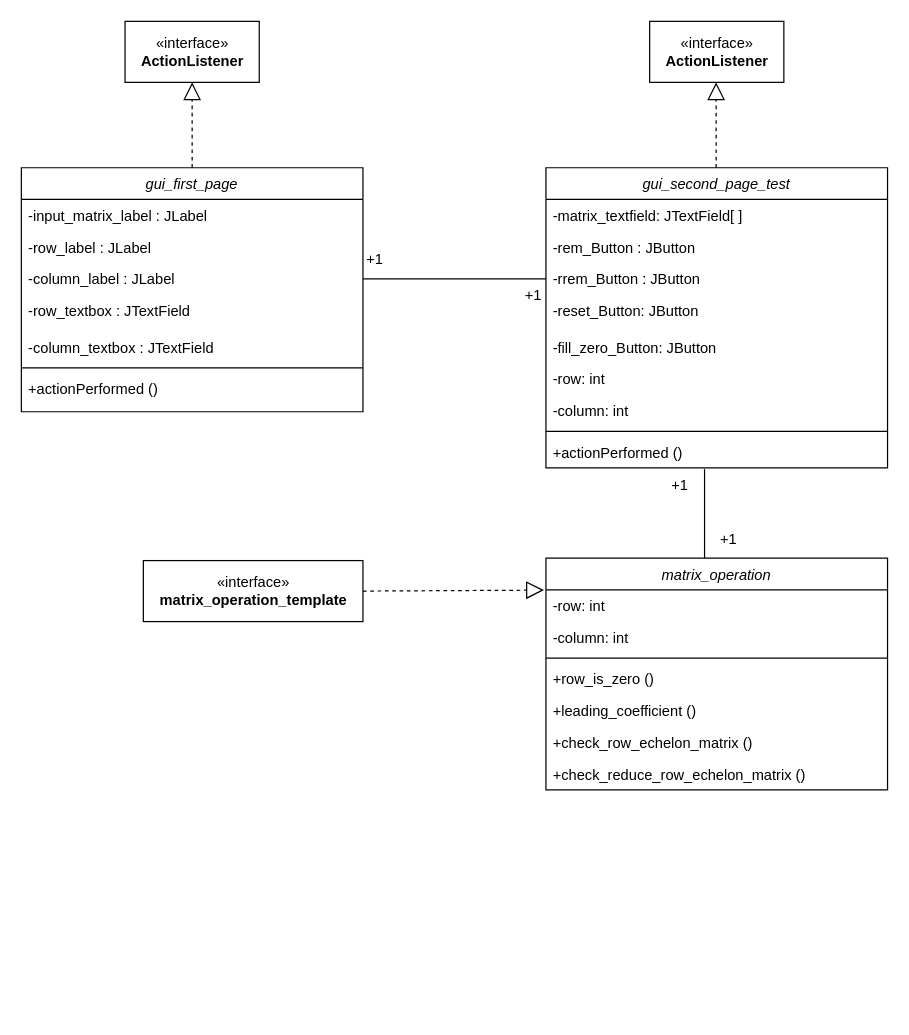
Above: final/diagram/matrix_class_diagram.drawio in lsealedl/Row_Echelon_Matrix (draw.io), before the change. Source tidied: cells renumbered, new cells numbered last; positions are measured from the earlier drawing's top-left corner, leaving out a move shared by most shapes. Both pictures are drawn from the tidied source at 122%, with x=0, y=0 at pixel (21, 21).
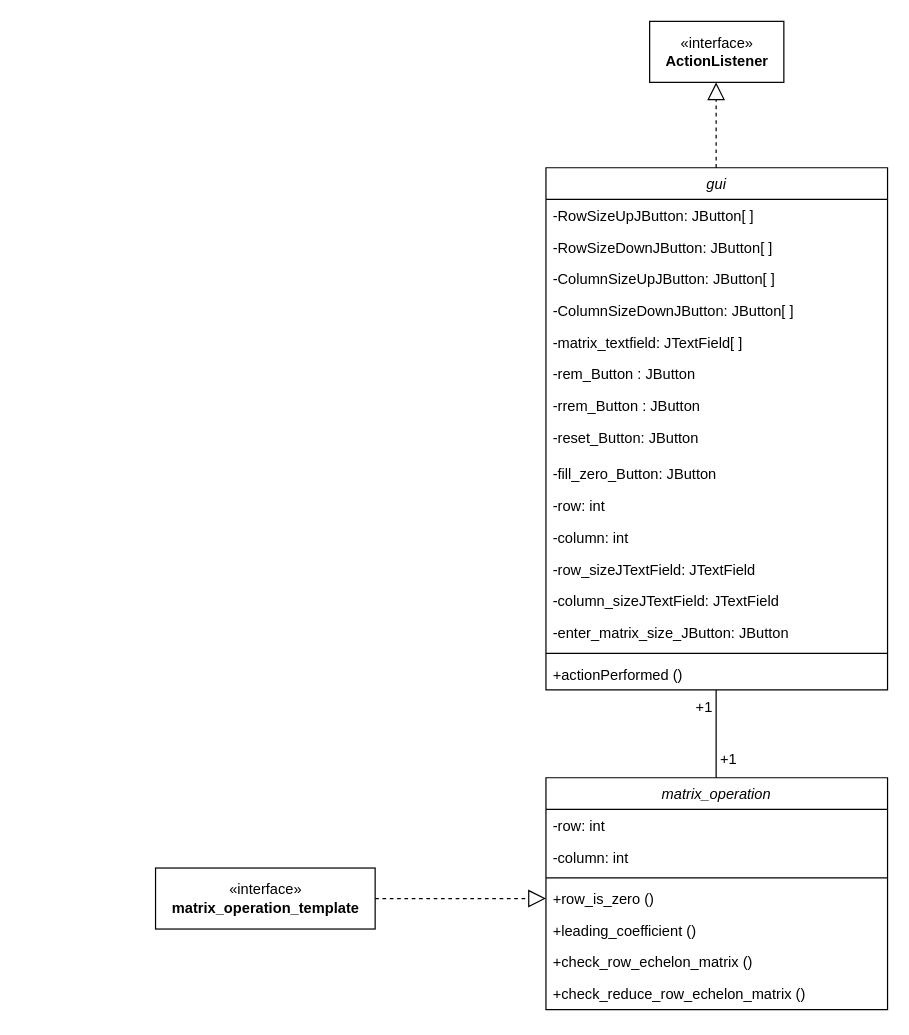
The same page after the edit.

The change refers to these unchanged cells:
```xml
<mxCell id="29" value="-row: int" style="text;align=left;verticalAlign=top;spacingLeft=4;spacingRight=4;overflow=hidden;points=[[0,0.5],[1,0.5]];portConstraint=eastwest;rounded=0;shadow=0;html=0;" parent="28" vertex="1">
  <mxGeometry y="26" width="280" height="26" as="geometry" />
</mxCell>
<mxCell id="32" value="+row_is_zero ()" style="text;align=left;verticalAlign=top;spacingLeft=4;spacingRight=4;overflow=hidden;points=[[0,0.5],[1,0.5]];portConstraint=eastwest;rounded=0;shadow=0;html=0;" parent="28" vertex="1">
  <mxGeometry y="86" width="280" height="26" as="geometry" />
</mxCell>
```

The edit, as a diff of the source:
```diff
@@
-    <mxCell id="2" value="gui_first_page" style="swimlane;fontStyle=2;align=center;verticalAlign=top;horizontal=1;startSize=26;rounded=0;shadow=0;strokeWidth=1;" parent="1" vertex="1">
-      <mxGeometry y="120" width="280" height="200" as="geometry" />
-    </mxCell>
-    <mxCell id="3" value="-input_matrix_label : JLabel " style="text;align=left;verticalAlign=top;spacingLeft=4;spacingRight=4;overflow=hidden;" parent="2" vertex="1">
-      <mxGeometry y="26" width="280" height="26" as="geometry" />
-    </mxCell>
-    <mxCell id="4" value="-row_label : JLabel" style="text;align=left;verticalAlign=top;spacingLeft=4;spacingRight=4;overflow=hidden;rounded=0;shadow=0;html=0;" parent="2" vertex="1">
-      <mxGeometry y="52" width="280" height="26" as="geometry" />
-    </mxCell>
-    <mxCell id="5" value="-column_label : JLabel" style="text;align=left;verticalAlign=top;spacingLeft=4;spacingRight=4;overflow=hidden;points=[[0,0.5],[1,0.5]];portConstraint=eastwest;rounded=0;shadow=0;html=0;" parent="2" vertex="1">
-      <mxGeometry y="78" width="280" height="26" as="geometry" />
-    </mxCell>
-    <mxCell id="6" value="-row_textbox : JTextField " style="text;align=left;verticalAlign=top;spacingLeft=4;spacingRight=4;overflow=hidden;" parent="2" vertex="1">
-      <mxGeometry y="104" width="280" height="30" as="geometry" />
-    </mxCell>
-    <mxCell id="7" value="-column_textbox : JTextField " style="text;align=left;verticalAlign=top;spacingLeft=4;spacingRight=4;overflow=hidden;rounded=0;shadow=0;html=0;" parent="2" vertex="1">
-      <mxGeometry y="134" width="280" height="26" as="geometry" />
-    </mxCell>
-    <mxCell id="8" style="line;html=1;strokeWidth=1;align=left;verticalAlign=middle;spacingTop=-1;spacingLeft=3;spacingRight=3;labelPosition=right;" parent="2" vertex="1">
-      <mxGeometry y="160" width="280" height="8" as="geometry" />
-    </mxCell>
-    <mxCell id="9" value="+actionPerformed ()" style="text;align=left;verticalAlign=top;spacingLeft=4;spacingRight=4;overflow=hidden;rounded=0;shadow=0;html=0;" parent="2" vertex="1">
-      <mxGeometry y="168" width="280" height="26" as="geometry" />
-    </mxCell>
-    <mxCell id="10" value="«interface»&lt;br&gt;&lt;b&gt;ActionListener&lt;/b&gt;" style="html=1;" parent="1" vertex="1">
-      <mxGeometry x="85" width="110" height="50" as="geometry" />
-    </mxCell>
-    <mxCell id="11" style="endArrow=block;dashed=1;endFill=0;endSize=12;html=1;rounded=0;entryX=0.5;entryY=1;entryDx=0;entryDy=0;exitX=0.5;exitY=0;exitDx=0;exitDy=0;" parent="1" edge="1" source="2" target="10">
-      <mxGeometry relative="1" as="geometry" />
-    </mxCell>
-    <mxCell id="12" value="gui_second_page_test" style="swimlane;fontStyle=2;align=center;verticalAlign=top;horizontal=1;startSize=26;rounded=0;shadow=0;strokeWidth=1;" parent="1" vertex="1">
-      <mxGeometry x="430" y="120" width="280" height="246" as="geometry" />
+    <mxCell id="12" value="gui" style="swimlane;fontStyle=2;align=center;verticalAlign=top;horizontal=1;startSize=26;rounded=0;shadow=0;strokeWidth=1;" parent="1" vertex="1">
+      <mxGeometry x="430" y="120" width="280" height="428" as="geometry" />
     </mxCell>
+    <mxCell id="40" value="-RowSizeUpJButton: JButton[ ]" style="text;align=left;verticalAlign=top;spacingLeft=4;spacingRight=4;overflow=hidden;" parent="12" vertex="1">
+      <mxGeometry y="26" width="280" height="26" as="geometry" />
+    </mxCell>
+    <mxCell id="41" value="-RowSizeDownJButton: JButton[ ]" style="text;align=left;verticalAlign=top;spacingLeft=4;spacingRight=4;overflow=hidden;" parent="12" vertex="1">
+      <mxGeometry y="52" width="280" height="26" as="geometry" />
+    </mxCell>
+    <mxCell id="42" value="-ColumnSizeUpJButton: JButton[ ]" style="text;align=left;verticalAlign=top;spacingLeft=4;spacingRight=4;overflow=hidden;" parent="12" vertex="1">
+      <mxGeometry y="78" width="280" height="26" as="geometry" />
+    </mxCell>
+    <mxCell id="43" value="-ColumnSizeDownJButton: JButton[ ]" style="text;align=left;verticalAlign=top;spacingLeft=4;spacingRight=4;overflow=hidden;" parent="12" vertex="1">
+      <mxGeometry y="104" width="280" height="26" as="geometry" />
+    </mxCell>
     <mxCell id="13" value="-matrix_textfield: JTextField[ ]" style="text;align=left;verticalAlign=top;spacingLeft=4;spacingRight=4;overflow=hidden;" parent="12" vertex="1">
-      <mxGeometry y="26" width="280" height="26" as="geometry" />
+      <mxGeometry y="130" width="280" height="26" as="geometry" />
     </mxCell>
     <mxCell id="14" value="-rem_Button : JButton" style="text;align=left;verticalAlign=top;spacingLeft=4;spacingRight=4;overflow=hidden;rounded=0;shadow=0;html=0;" parent="12" vertex="1">
-      <mxGeometry y="52" width="280" height="26" as="geometry" />
+      <mxGeometry y="156" width="280" height="26" as="geometry" />
     </mxCell>
     <mxCell id="15" value="-rrem_Button : JButton" style="text;align=left;verticalAlign=top;spacingLeft=4;spacingRight=4;overflow=hidden;points=[[0,0.5],[1,0.5]];portConstraint=eastwest;rounded=0;shadow=0;html=0;" parent="12" vertex="1">
-      <mxGeometry y="78" width="280" height="26" as="geometry" />
+      <mxGeometry y="182" width="280" height="26" as="geometry" />
     </mxCell>
     <mxCell id="16" value="-reset_Button: JButton" style="text;align=left;verticalAlign=top;spacingLeft=4;spacingRight=4;overflow=hidden;" parent="12" vertex="1">
-      <mxGeometry y="104" width="280" height="30" as="geometry" />
+      <mxGeometry y="208" width="280" height="30" as="geometry" />
     </mxCell>
     <mxCell id="17" value="-fill_zero_Button: JButton" style="text;align=left;verticalAlign=top;spacingLeft=4;spacingRight=4;overflow=hidden;rounded=0;shadow=0;html=0;" parent="12" vertex="1">
-      <mxGeometry y="134" width="280" height="26" as="geometry" />
+      <mxGeometry y="238" width="280" height="26" as="geometry" />
     </mxCell>
     <mxCell id="18" value="-row: int" style="text;align=left;verticalAlign=top;spacingLeft=4;spacingRight=4;overflow=hidden;rounded=0;shadow=0;html=0;" parent="12" vertex="1">
-      <mxGeometry y="160" width="280" height="26" as="geometry" />
+      <mxGeometry y="264" width="280" height="26" as="geometry" />
     </mxCell>
     <mxCell id="19" value="-column: int" style="text;align=left;verticalAlign=top;spacingLeft=4;spacingRight=4;overflow=hidden;rounded=0;shadow=0;html=0;" parent="12" vertex="1">
-      <mxGeometry y="186" width="280" height="26" as="geometry" />
+      <mxGeometry y="290" width="280" height="26" as="geometry" />
     </mxCell>
+    <mxCell id="44" value="-row_sizeJTextField: JTextField" style="text;align=left;verticalAlign=top;spacingLeft=4;spacingRight=4;overflow=hidden;rounded=0;shadow=0;html=0;" parent="12" vertex="1">
+      <mxGeometry y="316" width="280" height="26" as="geometry" />
+    </mxCell>
+    <mxCell id="45" value="-column_sizeJTextField: JTextField" style="text;align=left;verticalAlign=top;spacingLeft=4;spacingRight=4;overflow=hidden;rounded=0;shadow=0;html=0;" parent="12" vertex="1">
+      <mxGeometry y="342" width="280" height="26" as="geometry" />
+    </mxCell>
+    <mxCell id="46" value="-enter_matrix_size_JButton: JButton" style="text;align=left;verticalAlign=top;spacingLeft=4;spacingRight=4;overflow=hidden;rounded=0;shadow=0;html=0;" parent="12" vertex="1">
+      <mxGeometry y="368" width="280" height="26" as="geometry" />
+    </mxCell>
     <mxCell id="20" style="line;html=1;strokeWidth=1;align=left;verticalAlign=middle;spacingTop=-1;spacingLeft=3;spacingRight=3;labelPosition=right;" parent="12" vertex="1">
-      <mxGeometry y="212" width="280" height="8" as="geometry" />
+      <mxGeometry y="394" width="280" height="8" as="geometry" />
     </mxCell>
     <mxCell id="21" value="+actionPerformed ()" style="text;align=left;verticalAlign=top;spacingLeft=4;spacingRight=4;overflow=hidden;rounded=0;shadow=0;html=0;" parent="12" vertex="1">
-      <mxGeometry y="220" width="280" height="26" as="geometry" />
+      <mxGeometry y="402" width="280" height="26" as="geometry" />
     </mxCell>
-    <mxCell id="22" style="endArrow=none;html=1;rounded=0;exitX=1;exitY=0.5;exitDx=0;exitDy=0;entryX=0;entryY=0.5;entryDx=0;entryDy=0;" parent="1" edge="1" source="5" target="15">
-      <mxGeometry relative="1" as="geometry" />
-    </mxCell>
-    <mxCell id="23" value="+1" style="text;html=1;strokeColor=none;fillColor=none;align=center;verticalAlign=middle;whiteSpace=wrap;rounded=0;" parent="1" vertex="1">
-      <mxGeometry x="280" y="180" width="20" height="30" as="geometry" />
-    </mxCell>
-    <mxCell id="24" value="+1" style="text;html=1;strokeColor=none;fillColor=none;align=center;verticalAlign=middle;whiteSpace=wrap;rounded=0;" parent="1" vertex="1">
-      <mxGeometry x="410" y="210" width="20" height="30" as="geometry" />
-    </mxCell>
     <mxCell id="25" style="endArrow=none;html=1;rounded=0;" parent="1" edge="1">
       <mxGeometry relative="1" as="geometry">
-        <mxPoint x="560" y="367" as="sourcePoint" />
-        <mxPoint x="560" y="440" as="targetPoint" />
+        <mxPoint x="569.5" y="548" as="sourcePoint" />
+        <mxPoint x="569.5" y="621" as="targetPoint" />
       </mxGeometry>
     </mxCell>
@@
     <mxCell id="28" value="matrix_operation" style="swimlane;fontStyle=2;align=center;verticalAlign=top;horizontal=1;startSize=26;rounded=0;shadow=0;strokeWidth=1;" parent="1" vertex="1">
-      <mxGeometry x="430" y="440" width="280" height="190" as="geometry" />
+      <mxGeometry x="430" y="620" width="280" height="190" as="geometry" />
     </mxCell>
@@
     <mxCell id="36" value="+1" style="text;html=1;strokeColor=none;fillColor=none;align=center;verticalAlign=middle;whiteSpace=wrap;rounded=0;" parent="1" vertex="1">
-      <mxGeometry x="530" y="366" width="20" height="30" as="geometry" />
+      <mxGeometry x="570" y="590" width="20" height="30" as="geometry" />
     </mxCell>
     <mxCell id="37" value="+1" style="text;html=1;strokeColor=none;fillColor=none;align=center;verticalAlign=middle;whiteSpace=wrap;rounded=0;" parent="1" vertex="1">
-      <mxGeometry x="570" y="410" width="20" height="30" as="geometry" />
+      <mxGeometry x="550" y="548" width="20" height="30" as="geometry" />
     </mxCell>
     <mxCell id="38" value="«interface»&lt;br&gt;&lt;b&gt;matrix_operation_template&lt;/b&gt;" style="html=1;" parent="1" vertex="1">
-      <mxGeometry x="100" y="442" width="180" height="50" as="geometry" />
+      <mxGeometry x="110" y="694" width="180" height="50" as="geometry" />
     </mxCell>
-    <mxCell id="39" style="endArrow=block;dashed=1;endFill=0;endSize=12;html=1;rounded=0;exitX=1;exitY=0.5;exitDx=0;exitDy=0;entryX=-0.006;entryY=0.008;entryDx=0;entryDy=0;entryPerimeter=0;" parent="1" edge="1" source="38" target="29">
+    <mxCell id="39" style="endArrow=block;dashed=1;endFill=0;endSize=12;html=1;rounded=0;exitX=1;exitY=0.5;exitDx=0;exitDy=0;entryX=0;entryY=0.5;entryDx=0;entryDy=0;" parent="1" edge="1" source="38" target="32">
       <mxGeometry relative="1" as="geometry" />
     </mxCell>
```
